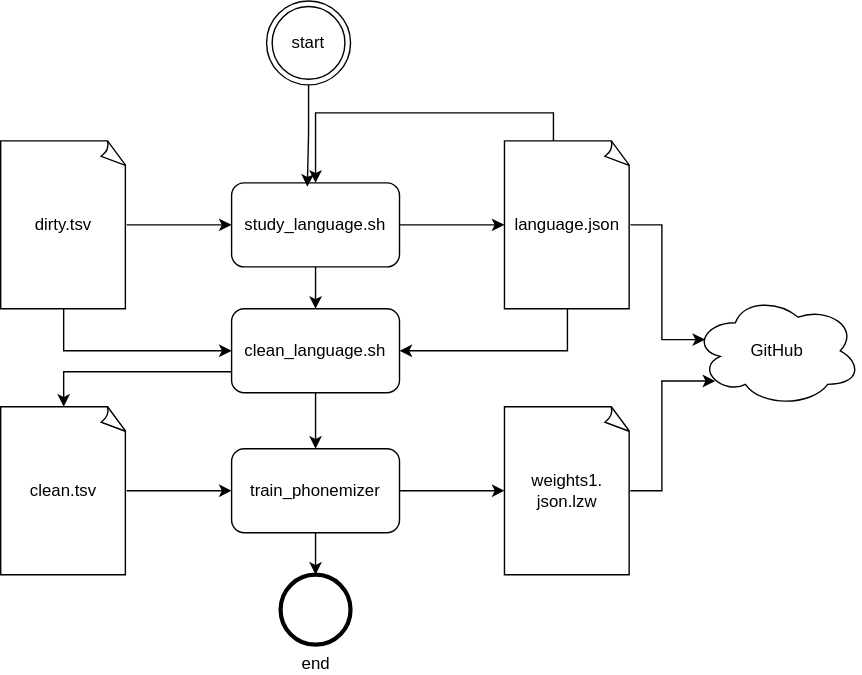
The draw.io diagram dicts/adding_a_language.drawio.svg in neurlang/goruut, before a commit. Source tidied: cells renumbered, new cells last; positions are measured from the earlier drawing's top-left corner, leaving out a move shared by most shapes.
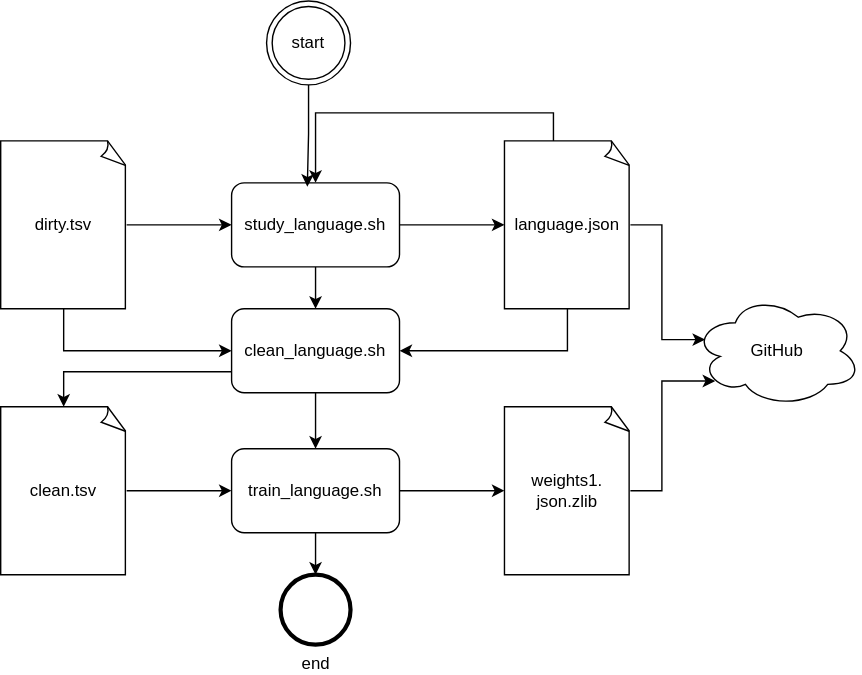
After the commit.

Diff of the diagram source:
```diff
@@ -38,7 +38,7 @@
     <mxCell id="10" value="language.json" style="whiteSpace=wrap;html=1;shape=mxgraph.basic.document;" parent="1" vertex="1">
       <mxGeometry x="360" y="100" width="90" height="120" as="geometry" />
     </mxCell>
-    <mxCell id="11" value="&lt;div&gt;weights1.&lt;/div&gt;&lt;div&gt;json.lzw&lt;/div&gt;" style="whiteSpace=wrap;html=1;shape=mxgraph.basic.document;" parent="1" vertex="1">
+    <mxCell id="11" value="&lt;div&gt;weights1.&lt;/div&gt;&lt;div&gt;json.zlib&lt;/div&gt;" style="whiteSpace=wrap;html=1;shape=mxgraph.basic.document;" parent="1" vertex="1">
       <mxGeometry x="360" y="290" width="90" height="120" as="geometry" />
     </mxCell>
     <mxCell id="12" style="edgeStyle=orthogonalEdgeStyle;rounded=0;jettySize=auto;html=1;exitX=0.5;exitY=1;exitDx=0;exitDy=0;entryX=0.5;entryY=0;entryDx=0;entryDy=0;" parent="1" edge="1" source="13" target="15">
@@ -56,7 +56,7 @@
     <mxCell id="16" style="edgeStyle=orthogonalEdgeStyle;rounded=0;jettySize=auto;html=1;" parent="1" edge="1" source="17" target="20">
       <mxGeometry relative="1" as="geometry" />
     </mxCell>
-    <mxCell id="17" value="&lt;div&gt;train_phonemizer&lt;/div&gt;" style="rounded=1;whiteSpace=wrap;html=1;" parent="1" vertex="1">
+    <mxCell id="17" value="&lt;div&gt;train_language.sh&lt;/div&gt;" style="rounded=1;whiteSpace=wrap;html=1;" parent="1" vertex="1">
       <mxGeometry x="165" y="320" width="120" height="60" as="geometry" />
     </mxCell>
     <mxCell id="18" style="edgeStyle=orthogonalEdgeStyle;rounded=0;jettySize=auto;html=1;entryX=0;entryY=0.5;entryDx=0;entryDy=0;entryPerimeter=0;" parent="1" edge="1" source="13" target="10">
```
